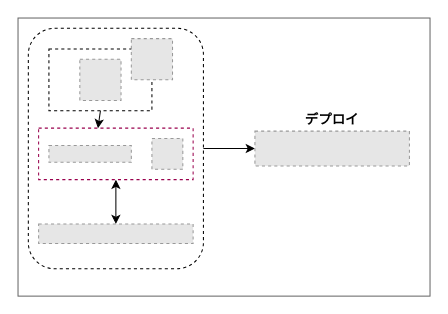
This is src/assets/readme/architecture.png.drawio from kurakke/library, a draw.io file, before an edit. Source tidied: cells renumbered, new cells numbered last; positions are measured from the earlier drawing's top-left corner, leaving out a move shared by most shapes. Both pictures are drawn from the tidied source at 103%, with x=0, y=0 at pixel (18, 18). Pictures stored in the file or linked from it are replaced by grey dashed boxes.
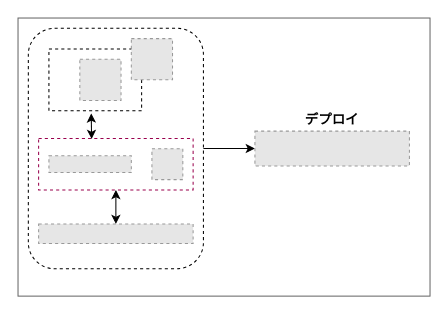
The same diagram, later.

Commit message (it also covers changes not shown here):
docs: アーキテクチャ図を編集しました.

The edit, as a diff of the source:
```diff
@@
 <mxGraphModel>
   <root>
     <mxCell id="0" />
     <mxCell id="1" parent="0" />
     <mxCell id="2" style="rounded=0;whiteSpace=wrap;html=1;fillColor=#FFFFFF;fontColor=#333333;strokeColor=#666666;" parent="1" vertex="1">
       <mxGeometry width="400" height="270" as="geometry" />
     </mxCell>
     <mxCell id="3" style="rounded=1;whiteSpace=wrap;html=1;fillColor=none;strokeColor=#000000;dashed=1;" parent="1" vertex="1">
       <mxGeometry x="10" y="10" width="170" height="233.4" as="geometry" />
     </mxCell>
     <mxCell id="4" style="rounded=0;whiteSpace=wrap;html=1;dashed=1;fillColor=none;strokeColor=#99004D;" parent="1" vertex="1">
-      <mxGeometry x="20" y="106.9" width="150" height="50" as="geometry" />
+      <mxGeometry x="20" y="116.9" width="150" height="50" as="geometry" />
     </mxCell>
     <mxCell id="5" style="endArrow=classic;startArrow=classic;html=1;strokeColor=#000000;entryX=0.5;entryY=0;entryDx=0;entryDy=0;exitX=0.5;exitY=1;exitDx=0;exitDy=0;" parent="1" edge="1" source="4" target="8">
       <mxGeometry relative="1" as="geometry" />
     </mxCell>
     <mxCell id="6" style="fillColor=#E6E6E6;strokeColor=#999999;dashed=1;verticalLabelPosition=bottom;verticalAlign=top;" parent="1" vertex="1">
-      <mxGeometry x="30" y="123.8" width="80" height="16.2" as="geometry" />
+      <mxGeometry x="30" y="133.8" width="80" height="16.2" as="geometry" />
     </mxCell>
     <mxCell id="7" style="fillColor=#E6E6E6;strokeColor=#999999;dashed=1;verticalLabelPosition=bottom;verticalAlign=top;" parent="1" vertex="1">
-      <mxGeometry x="130" y="116.9" width="30" height="30" as="geometry" />
+      <mxGeometry x="130" y="126.9" width="30" height="30" as="geometry" />
     </mxCell>
     <mxCell id="8" style="fillColor=#E6E6E6;strokeColor=#999999;dashed=1;verticalLabelPosition=bottom;verticalAlign=top;" parent="1" vertex="1">
       <mxGeometry x="20" y="200" width="150" height="19" as="geometry" />
     </mxCell>
     <mxCell id="9" style="endArrow=classic;html=1;strokeColor=#000000;exitX=1;exitY=0.5;exitDx=0;exitDy=0;" parent="1" edge="1" source="3" target="10">
       <mxGeometry relative="1" as="geometry" />
     </mxCell>
     <mxCell id="10" style="fillColor=#E6E6E6;strokeColor=#999999;dashed=1;verticalLabelPosition=bottom;verticalAlign=top;" parent="1" vertex="1">
       <mxGeometry x="230" y="109.8" width="150" height="33.8" as="geometry" />
     </mxCell>
     <mxCell id="11" value="&lt;span style=&quot;background-color: rgb(255, 255, 255);&quot;&gt;&lt;font face=&quot;Verdana&quot; style=&quot;font-size: 13px;&quot; color=&quot;#000000&quot;&gt;&lt;b&gt;デプロイ&lt;/b&gt;&lt;/font&gt;&lt;/span&gt;" style="text;html=1;align=center;verticalAlign=middle;whiteSpace=wrap;rounded=0;dashed=1;fillColor=none;" parent="1" vertex="1">
       <mxGeometry x="270" y="80" width="70" height="36.9" as="geometry" />
     </mxCell>
     <mxCell id="12" style="fillColor=#E6E6E6;strokeColor=#999999;dashed=1;verticalLabelPosition=bottom;verticalAlign=top;" parent="1" vertex="1">
       <mxGeometry x="60" y="40" width="40" height="40" as="geometry" />
     </mxCell>
-    <mxCell id="13" style="edgeStyle=none;html=1;exitX=0.5;exitY=1;exitDx=0;exitDy=0;entryX=0.384;entryY=0.002;entryDx=0;entryDy=0;entryPerimeter=0;strokeColor=#000000;" parent="1" edge="1" source="14" target="4">
-      <mxGeometry relative="1" as="geometry" />
-    </mxCell>
     <mxCell id="14" style="text;html=1;fillColor=none;align=center;verticalAlign=middle;whiteSpace=wrap;rounded=0;strokeColor=#000000;dashed=1;" parent="1" vertex="1">
-      <mxGeometry x="30" y="30" width="100" height="60" as="geometry" />
+      <mxGeometry x="30" y="30" width="90" height="60" as="geometry" />
     </mxCell>
     <mxCell id="15" style="fillColor=#E6E6E6;strokeColor=#999999;dashed=1;verticalLabelPosition=bottom;verticalAlign=top;" parent="1" vertex="1">
       <mxGeometry x="110" y="20" width="40" height="40" as="geometry" />
     </mxCell>
+    <mxCell id="16" style="endArrow=classic;startArrow=classic;html=1;strokeColor=#000000;exitX=0.343;exitY=0.011;exitDx=0;exitDy=0;exitPerimeter=0;entryX=0.456;entryY=1.043;entryDx=0;entryDy=0;entryPerimeter=0;" parent="1" edge="1" source="4" target="14">
+      <mxGeometry relative="1" as="geometry" />
+    </mxCell>
   </root>
 </mxGraphModel>
```
